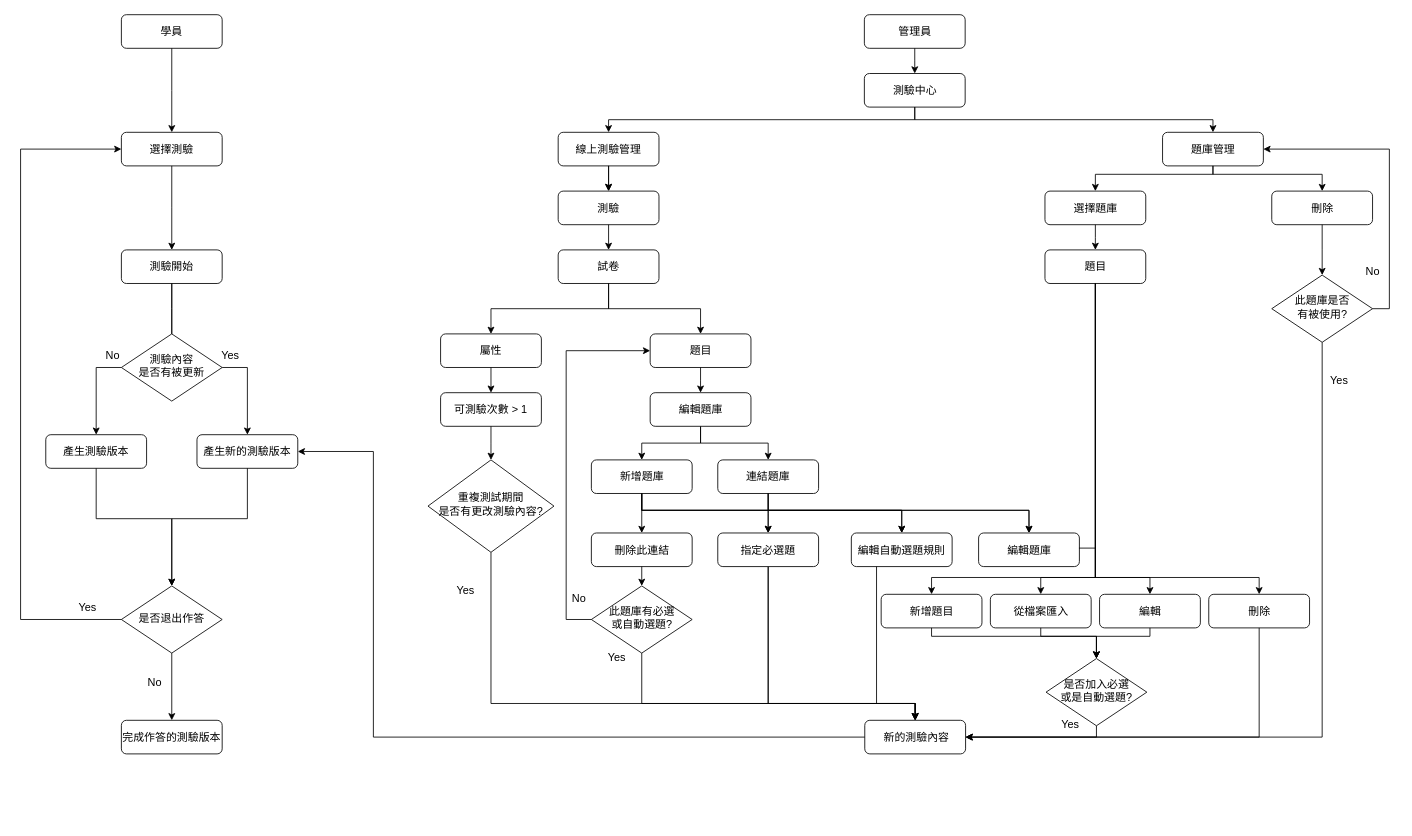
Earlier version of the draw.io diagram page "第3頁" (3 of 4) of 未命名圖表.drawio (zs6184/test). Source tidied: cells renumbered, new cells numbered last; positions are measured from the earlier drawing's top-left corner, leaving out a move shared by most shapes. Both pictures are drawn from the tidied source at 84%, with x=0, y=0 at pixel (20, 14).
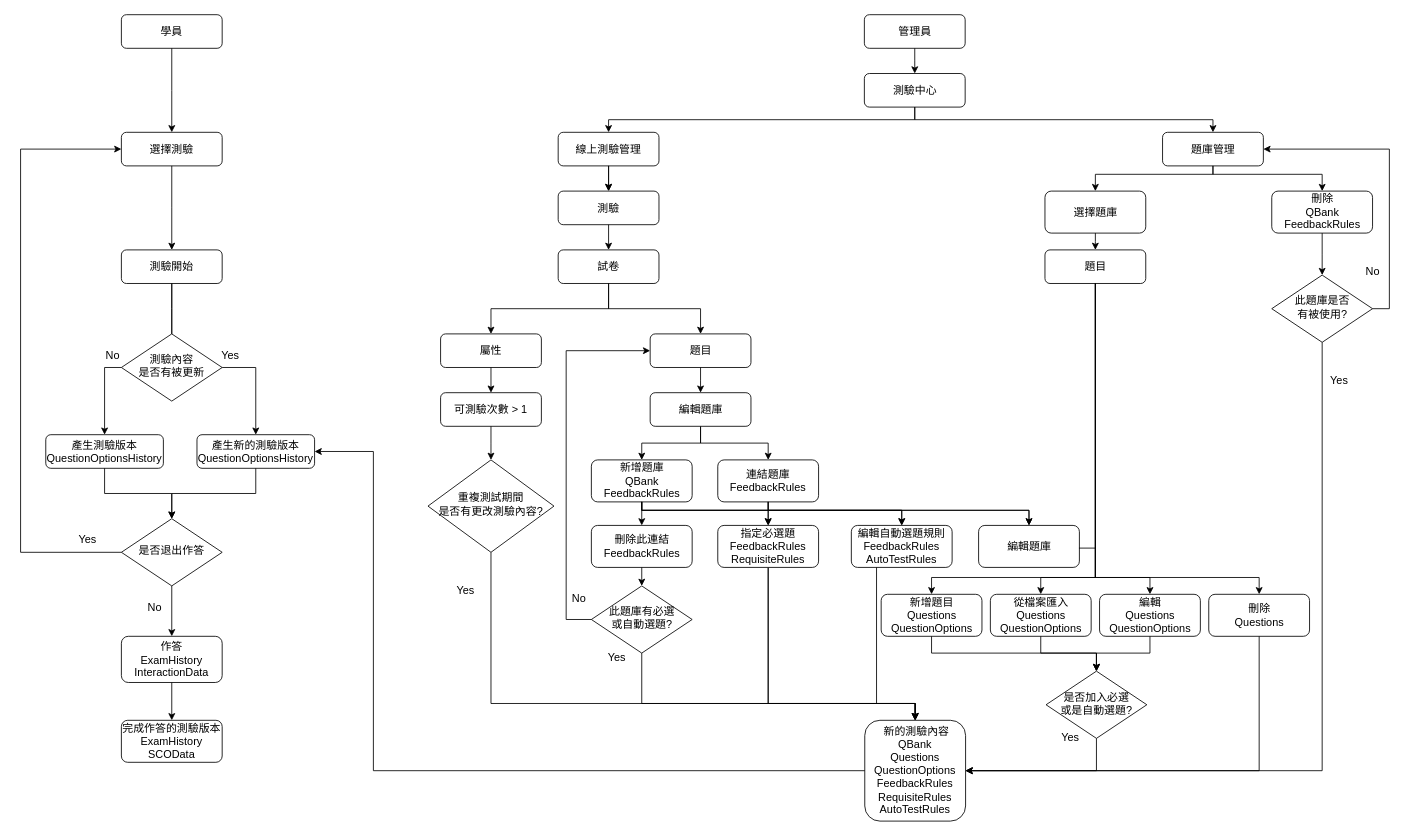
The same diagram, later.

The change refers to these unchanged cells:
```xml
<mxCell id="51" value="此題庫是否&lt;br style=&quot;font-size: 13px;&quot;&gt;有被使用?" style="rhombus;whiteSpace=wrap;html=1;shadow=0;fontFamily=Helvetica;fontSize=13;align=center;strokeWidth=1;spacing=6;spacingTop=-4;" parent="1" vertex="1">
  <mxGeometry x="1489.5" y="310" width="120" height="80" as="geometry" />
</mxCell>
```

Diff of the diagram source:
```diff
@@
-    <mxCell id="14" value="新增題庫" style="rounded=1;whiteSpace=wrap;html=1;fontSize=13;" parent="1" vertex="1">
-      <mxGeometry x="679.5" y="530" width="120" height="40" as="geometry" />
+    <mxCell id="14" value="新增題庫&lt;br&gt;QBank&lt;br&gt;FeedbackRules" style="rounded=1;whiteSpace=wrap;html=1;fontSize=13;" parent="1" vertex="1">
+      <mxGeometry x="679.5" y="530" width="120" height="50" as="geometry" />
     </mxCell>
@@
-    <mxCell id="16" value="連結題庫" style="rounded=1;whiteSpace=wrap;html=1;fontSize=13;" parent="1" vertex="1">
-      <mxGeometry x="830" y="530" width="120" height="40" as="geometry" />
+    <mxCell id="16" value="連結題庫&lt;br&gt;FeedbackRules" style="rounded=1;whiteSpace=wrap;html=1;fontSize=13;" parent="1" vertex="1">
+      <mxGeometry x="830" y="530" width="120" height="50" as="geometry" />
     </mxCell>
@@
-    <mxCell id="24" value="編輯自動選題規則" style="rounded=1;whiteSpace=wrap;html=1;fontSize=13;" parent="1" vertex="1">
-      <mxGeometry x="989" y="617" width="120" height="40" as="geometry" />
+    <mxCell id="24" value="編輯自動選題規則&lt;br&gt;FeedbackRules&lt;br&gt;AutoTestRules" style="rounded=1;whiteSpace=wrap;html=1;fontSize=13;" parent="1" vertex="1">
+      <mxGeometry x="989" y="608" width="120" height="50" as="geometry" />
     </mxCell>
@@
     <mxCell id="29" value="編輯題庫" style="rounded=1;whiteSpace=wrap;html=1;fontSize=13;" parent="1" vertex="1">
-      <mxGeometry x="1140.5" y="617" width="120" height="40" as="geometry" />
+      <mxGeometry x="1140.5" y="608" width="120" height="50" as="geometry" />
     </mxCell>
-    <mxCell id="30" value="刪除此連結" style="rounded=1;whiteSpace=wrap;html=1;fontSize=13;" parent="1" vertex="1">
-      <mxGeometry x="679.5" y="617" width="120" height="40" as="geometry" />
+    <mxCell id="30" value="刪除此連結&lt;br&gt;FeedbackRules" style="rounded=1;whiteSpace=wrap;html=1;fontSize=13;" parent="1" vertex="1">
+      <mxGeometry x="679.5" y="608" width="120" height="50" as="geometry" />
     </mxCell>
@@
-    <mxCell id="35" value="&amp;nbsp;新的測驗內容" style="rounded=1;whiteSpace=wrap;html=1;fontSize=13;" parent="1" vertex="1">
-      <mxGeometry x="1005" y="840" width="120" height="40" as="geometry" />
+    <mxCell id="35" value="&amp;nbsp;新的測驗內容&lt;br&gt;QBank&lt;br&gt;Questions&lt;br&gt;QuestionOptions&lt;br&gt;FeedbackRules&lt;br&gt;RequisiteRules&lt;br&gt;AutoTestRules" style="rounded=1;whiteSpace=wrap;html=1;fontSize=13;" parent="1" vertex="1">
+      <mxGeometry x="1005" y="840" width="120" height="120" as="geometry" />
     </mxCell>
@@
-    <mxCell id="41" value="編輯" style="rounded=1;whiteSpace=wrap;html=1;fontSize=13;" parent="1" vertex="1">
-      <mxGeometry x="1284.5" y="690" width="120" height="40" as="geometry" />
+    <mxCell id="41" value="編輯&lt;br&gt;Questions&lt;br&gt;QuestionOptions" style="rounded=1;whiteSpace=wrap;html=1;fontSize=13;" parent="1" vertex="1">
+      <mxGeometry x="1284.5" y="690" width="120" height="50" as="geometry" />
     </mxCell>
-    <mxCell id="42" value="從檔案匯入" style="rounded=1;whiteSpace=wrap;html=1;fontSize=13;" parent="1" vertex="1">
-      <mxGeometry x="1154.5" y="690" width="120" height="40" as="geometry" />
+    <mxCell id="42" value="從檔案匯入&lt;br&gt;Questions&lt;br&gt;QuestionOptions" style="rounded=1;whiteSpace=wrap;html=1;fontSize=13;" parent="1" vertex="1">
+      <mxGeometry x="1154.5" y="690" width="120" height="50" as="geometry" />
     </mxCell>
-    <mxCell id="43" value="新增題目" style="rounded=1;whiteSpace=wrap;html=1;fontSize=13;" parent="1" vertex="1">
-      <mxGeometry x="1024.5" y="690" width="120" height="40" as="geometry" />
+    <mxCell id="43" value="新增題目&lt;br&gt;Questions&lt;br&gt;QuestionOptions" style="rounded=1;whiteSpace=wrap;html=1;fontSize=13;" parent="1" vertex="1">
+      <mxGeometry x="1024.5" y="690" width="120" height="50" as="geometry" />
     </mxCell>
-    <mxCell id="44" value="刪除" style="rounded=1;whiteSpace=wrap;html=1;fontSize=13;" parent="1" vertex="1">
-      <mxGeometry x="1414.5" y="690" width="120" height="40" as="geometry" />
+    <mxCell id="44" value="刪除&lt;br&gt;Questions" style="rounded=1;whiteSpace=wrap;html=1;fontSize=13;" parent="1" vertex="1">
+      <mxGeometry x="1414.5" y="690" width="120" height="50" as="geometry" />
     </mxCell>
     <mxCell id="45" value="選擇題庫" style="rounded=1;whiteSpace=wrap;html=1;fontSize=13;" parent="1" vertex="1">
-      <mxGeometry x="1219.5" y="210" width="120" height="40" as="geometry" />
+      <mxGeometry x="1219.5" y="210" width="120" height="50" as="geometry" />
     </mxCell>
-    <mxCell id="46" value="刪除" style="rounded=1;whiteSpace=wrap;html=1;fontSize=13;" parent="1" vertex="1">
-      <mxGeometry x="1489.5" y="210" width="120" height="40" as="geometry" />
+    <mxCell id="46" value="刪除&lt;br&gt;QBank&lt;br&gt;FeedbackRules" style="rounded=1;whiteSpace=wrap;html=1;fontSize=13;" parent="1" vertex="1">
+      <mxGeometry x="1489.5" y="210" width="120" height="50" as="geometry" />
     </mxCell>
@@
     <mxCell id="54" style="edgeStyle=elbowEdgeStyle;elbow=vertical;endArrow=classic;html=1;rounded=0;entryX=1;entryY=0.5;entryDx=0;entryDy=0;exitX=0.5;exitY=1;exitDx=0;exitDy=0;fontSize=13;" parent="1" edge="1" source="51" target="35">
       <mxGeometry relative="1" as="geometry">
         <Array as="points">
+          <mxPoint x="1250" y="900" />
+          <mxPoint x="1400" y="890" />
           <mxPoint x="1420" y="860" />
           <mxPoint x="1149.5" y="820" />
           <mxPoint x="1100" y="1080" />
           <mxPoint x="1310" y="1070" />
         </Array>
       </mxGeometry>
     </mxCell>
@@
-    <mxCell id="62" value="指定必選題" style="rounded=1;whiteSpace=wrap;html=1;fontSize=13;" parent="1" vertex="1">
-      <mxGeometry x="830" y="617" width="120" height="40" as="geometry" />
+    <mxCell id="62" value="指定必選題&lt;br&gt;FeedbackRules&lt;br&gt;RequisiteRules" style="rounded=1;whiteSpace=wrap;html=1;fontSize=13;" parent="1" vertex="1">
+      <mxGeometry x="830" y="608" width="120" height="50" as="geometry" />
     </mxCell>
@@
     <mxCell id="65" style="edgeStyle=elbowEdgeStyle;elbow=vertical;endArrow=classic;html=1;rounded=0;entryX=0.5;entryY=0;entryDx=0;entryDy=0;exitX=0.5;exitY=1;exitDx=0;exitDy=0;fontSize=13;" parent="1" edge="1" source="42" target="68">
       <mxGeometry relative="1" as="geometry">
         <Array as="points">
+          <mxPoint x="1270" y="760" />
           <mxPoint x="1230" y="740" />
           <mxPoint x="1180" y="850" />
           <mxPoint x="1220" y="850" />
           <mxPoint x="1049.5" y="810" />
         </Array>
       </mxGeometry>
     </mxCell>
     <mxCell id="66" style="edgeStyle=elbowEdgeStyle;elbow=vertical;endArrow=classic;html=1;rounded=0;exitX=0.5;exitY=1;exitDx=0;exitDy=0;fontSize=13;entryX=0.5;entryY=0;entryDx=0;entryDy=0;" parent="1" edge="1" source="43" target="68">
       <mxGeometry relative="1" as="geometry">
         <Array as="points">
+          <mxPoint x="1150" y="760" />
           <mxPoint x="1160" y="740" />
           <mxPoint x="1090" y="850" />
           <mxPoint x="1119.5" y="810" />
           <mxPoint x="1059.5" y="820" />
         </Array>
       </mxGeometry>
     </mxCell>
     <mxCell id="67" style="edgeStyle=elbowEdgeStyle;elbow=vertical;endArrow=classic;html=1;rounded=0;exitX=0.5;exitY=1;exitDx=0;exitDy=0;fontSize=13;entryX=0.5;entryY=0;entryDx=0;entryDy=0;" parent="1" edge="1" source="41" target="68">
       <mxGeometry relative="1" as="geometry">
         <Array as="points">
+          <mxPoint x="1310" y="760" />
           <mxPoint x="1320" y="740" />
           <mxPoint x="1289.5" y="810" />
           <mxPoint x="1069.5" y="830" />
         </Array>
       </mxGeometry>
     </mxCell>
     <mxCell id="68" value="是否加入必選&lt;br style=&quot;font-size: 13px;&quot;&gt;或是自動選題?" style="rhombus;whiteSpace=wrap;html=1;shadow=0;fontFamily=Helvetica;fontSize=13;align=center;strokeWidth=1;spacing=6;spacingTop=-4;" parent="1" vertex="1">
-      <mxGeometry x="1220.8" y="766.5" width="120" height="80" as="geometry" />
+      <mxGeometry x="1220.8" y="781.5" width="120" height="80" as="geometry" />
     </mxCell>
     <mxCell id="69" value="Yes" style="text;html=1;strokeColor=none;fillColor=none;align=center;verticalAlign=middle;whiteSpace=wrap;rounded=0;fontSize=13;" parent="1" vertex="1">
-      <mxGeometry x="1219.5" y="830" width="60" height="30" as="geometry" />
+      <mxGeometry x="1219.5" y="845" width="60" height="30" as="geometry" />
     </mxCell>
@@
     <mxCell id="71" style="edgeStyle=elbowEdgeStyle;elbow=vertical;endArrow=classic;html=1;rounded=0;fontSize=13;entryX=1;entryY=0.5;entryDx=0;entryDy=0;exitX=0.5;exitY=1;exitDx=0;exitDy=0;" parent="1" edge="1" source="44" target="35">
       <mxGeometry relative="1" as="geometry">
         <Array as="points">
+          <mxPoint x="1360" y="900" />
+          <mxPoint x="1410" y="890" />
           <mxPoint x="1360" y="860" />
         </Array>
       </mxGeometry>
     </mxCell>
@@
     <mxCell id="75" style="edgeStyle=elbowEdgeStyle;elbow=vertical;endArrow=classic;html=1;rounded=0;fontSize=13;" parent="1" edge="1">
       <mxGeometry relative="1" as="geometry">
-        <mxPoint x="1010" y="660" as="sourcePoint" />
-        <mxPoint x="1010" y="660" as="targetPoint" />
+        <mxPoint x="1010" y="651" as="sourcePoint" />
+        <mxPoint x="1010" y="651" as="targetPoint" />
       </mxGeometry>
     </mxCell>
     <mxCell id="76" style="edgeStyle=elbowEdgeStyle;elbow=vertical;endArrow=classic;html=1;rounded=0;fontSize=13;exitX=0.5;exitY=1;exitDx=0;exitDy=0;entryX=1;entryY=0.5;entryDx=0;entryDy=0;" parent="1" edge="1" source="68" target="35">
       <mxGeometry relative="1" as="geometry">
         <Array as="points">
+          <mxPoint x="1250" y="900" />
+          <mxPoint x="1230" y="890" />
           <mxPoint x="1210" y="860" />
           <mxPoint x="1180" y="820" />
         </Array>
       </mxGeometry>
     </mxCell>
@@
-    <mxCell id="78" value="產生測驗版本" style="rounded=1;whiteSpace=wrap;html=1;fontSize=13;" parent="1" vertex="1">
-      <mxGeometry x="30" y="500" width="120" height="40" as="geometry" />
+    <mxCell id="78" value="產生測驗版本&lt;br&gt;QuestionOptionsHistory" style="rounded=1;whiteSpace=wrap;html=1;fontSize=13;" parent="1" vertex="1">
+      <mxGeometry x="30" y="500" width="140" height="40" as="geometry" />
     </mxCell>
@@
-    <mxCell id="85" value="完成作答的測驗版本" style="rounded=1;whiteSpace=wrap;html=1;fontSize=13;" parent="1" vertex="1">
-      <mxGeometry x="120" y="840" width="120" height="40" as="geometry" />
+    <mxCell id="85" value="完成作答的測驗版本&lt;br&gt;ExamHistory&lt;br&gt;SCOData" style="rounded=1;whiteSpace=wrap;html=1;fontSize=13;" parent="1" vertex="1">
+      <mxGeometry x="120" y="840" width="120" height="50" as="geometry" />
     </mxCell>
     <mxCell id="86" value="No" style="text;html=1;strokeColor=none;fillColor=none;align=center;verticalAlign=middle;whiteSpace=wrap;rounded=0;fontSize=13;" parent="1" vertex="1">
-      <mxGeometry x="130" y="780" width="60" height="30" as="geometry" />
+      <mxGeometry x="130" y="690" width="60" height="30" as="geometry" />
     </mxCell>
     <mxCell id="87" value="是否退出作答" style="rhombus;whiteSpace=wrap;html=1;shadow=0;fontFamily=Helvetica;fontSize=13;align=center;strokeWidth=1;spacing=6;spacingTop=-4;" parent="1" vertex="1">
-      <mxGeometry x="120" y="680" width="120" height="80" as="geometry" />
+      <mxGeometry x="120" y="600" width="120" height="80" as="geometry" />
     </mxCell>
     <mxCell id="88" style="edgeStyle=elbowEdgeStyle;elbow=vertical;endArrow=classic;html=1;rounded=0;exitX=0.5;exitY=1;exitDx=0;exitDy=0;entryX=0.5;entryY=0;entryDx=0;entryDy=0;" parent="1" edge="1" source="78" target="87">
       <mxGeometry relative="1" as="geometry">
         <Array as="points">
+          <mxPoint x="140" y="570" />
           <mxPoint x="140" y="600" />
           <mxPoint x="140" y="580" />
           <mxPoint x="150" y="460" />
           <mxPoint x="210" y="465" />
           <mxPoint x="320" y="925" />
         </Array>
       </mxGeometry>
     </mxCell>
     <mxCell id="89" value="Yes" style="text;html=1;strokeColor=none;fillColor=none;align=center;verticalAlign=middle;whiteSpace=wrap;rounded=0;fontSize=13;" parent="1" vertex="1">
-      <mxGeometry x="50" y="690" width="60" height="30" as="geometry" />
+      <mxGeometry x="50" y="610" width="60" height="30" as="geometry" />
     </mxCell>
@@
     <mxCell id="91" style="edgeStyle=segmentEdgeStyle;endArrow=classic;html=1;rounded=0;exitX=0;exitY=0.5;exitDx=0;exitDy=0;entryX=1;entryY=0.5;entryDx=0;entryDy=0;" parent="1" edge="1" source="35" target="92">
       <mxGeometry relative="1" as="geometry">
         <Array as="points">
-          <mxPoint x="420" y="860" />
+          <mxPoint x="420" y="900" />
           <mxPoint x="420" y="520" />
         </Array>
       </mxGeometry>
     </mxCell>
-    <mxCell id="92" value="產生新的測驗版本" style="rounded=1;whiteSpace=wrap;html=1;fontSize=13;" parent="1" vertex="1">
-      <mxGeometry x="210" y="500" width="120" height="40" as="geometry" />
+    <mxCell id="92" value="產生新的測驗版本&lt;br&gt;QuestionOptionsHistory" style="rounded=1;whiteSpace=wrap;html=1;fontSize=13;" parent="1" vertex="1">
+      <mxGeometry x="210" y="500" width="140" height="40" as="geometry" />
     </mxCell>
@@
     <mxCell id="94" style="edgeStyle=elbowEdgeStyle;elbow=vertical;endArrow=classic;html=1;rounded=0;exitX=0.5;exitY=1;exitDx=0;exitDy=0;entryX=0.5;entryY=0;entryDx=0;entryDy=0;" parent="1" edge="1" source="92" target="87">
       <mxGeometry relative="1" as="geometry">
         <Array as="points">
+          <mxPoint x="210" y="570" />
           <mxPoint x="250" y="600" />
           <mxPoint x="230" y="610" />
           <mxPoint x="210" y="580" />
           <mxPoint x="200" y="460" />
           <mxPoint x="220" y="475" />
           <mxPoint x="330" y="935" />
         </Array>
       </mxGeometry>
     </mxCell>
@@
-    <mxCell id="97" style="edgeStyle=segmentEdgeStyle;endArrow=classic;html=1;rounded=0;exitX=0.5;exitY=1;exitDx=0;exitDy=0;entryX=0.5;entryY=0;entryDx=0;entryDy=0;" parent="1" edge="1" source="87" target="85">
+    <mxCell id="97" style="edgeStyle=segmentEdgeStyle;endArrow=classic;html=1;rounded=0;exitX=0.5;exitY=1;exitDx=0;exitDy=0;entryX=0.5;entryY=0;entryDx=0;entryDy=0;" parent="1" edge="1" source="87" target="103">
       <mxGeometry relative="1" as="geometry" />
     </mxCell>
@@
+    <mxCell id="103" value="作答&lt;br&gt;ExamHistory&lt;br&gt;InteractionData" style="rounded=1;whiteSpace=wrap;html=1;fontSize=13;" parent="1" vertex="1">
+      <mxGeometry x="120" y="740" width="120" height="55" as="geometry" />
+    </mxCell>
+    <mxCell id="104" style="edgeStyle=segmentEdgeStyle;endArrow=classic;html=1;rounded=0;exitX=0.5;exitY=1;exitDx=0;exitDy=0;entryX=0.5;entryY=0;entryDx=0;entryDy=0;" parent="1" edge="1" source="103" target="85">
+      <mxGeometry relative="1" as="geometry" />
+    </mxCell>
```
